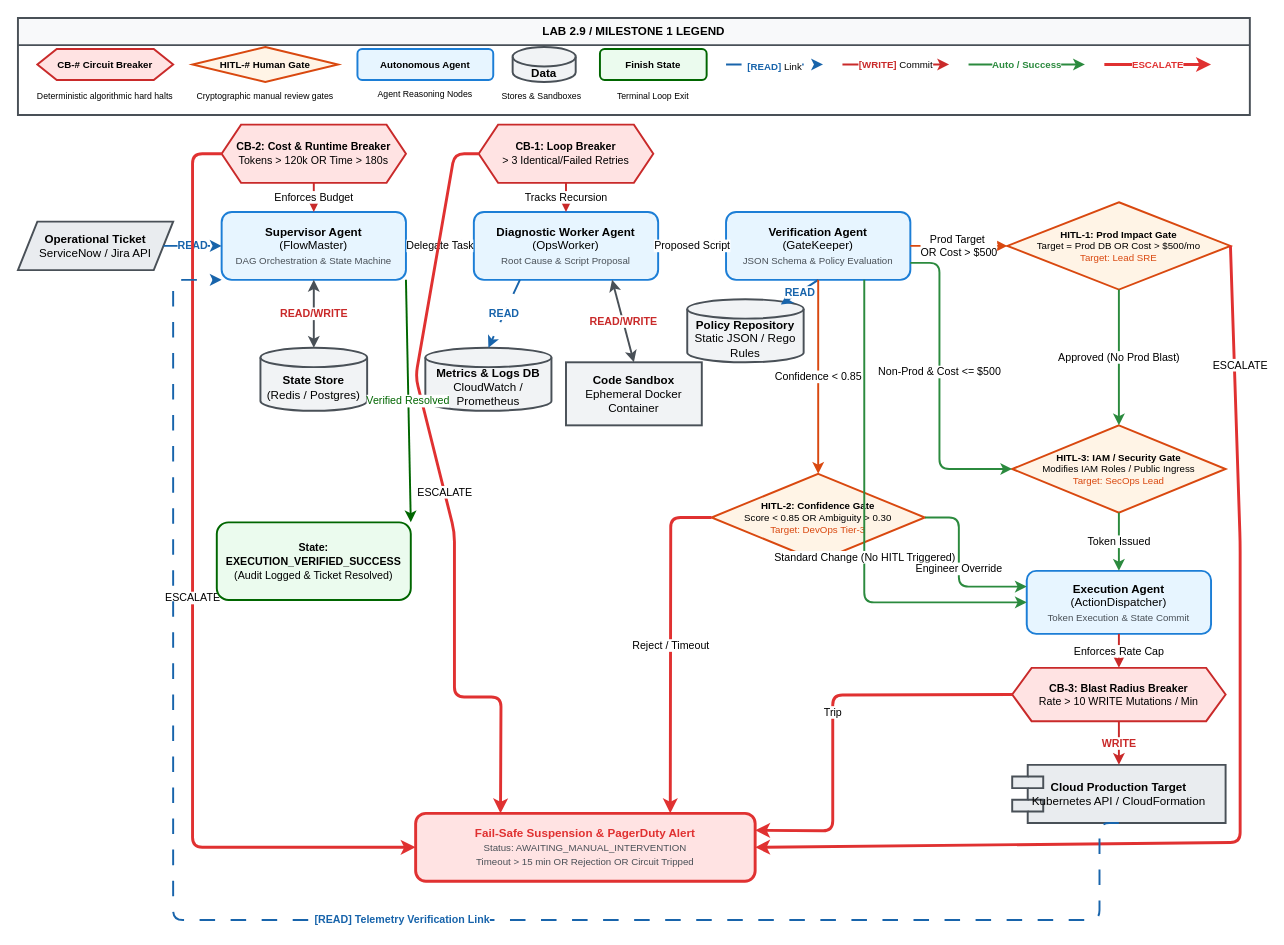
tjrandall/tj keeps this draw.io diagram as Capstone.drawio. Above is the earlier version. Source tidied: cells renumbered, new cells numbered last; positions are measured from the earlier drawing's top-left corner, leaving out a move shared by most shapes. Both pictures are drawn from the tidied source at 97%, with x=0, y=0 at pixel (17, 17).
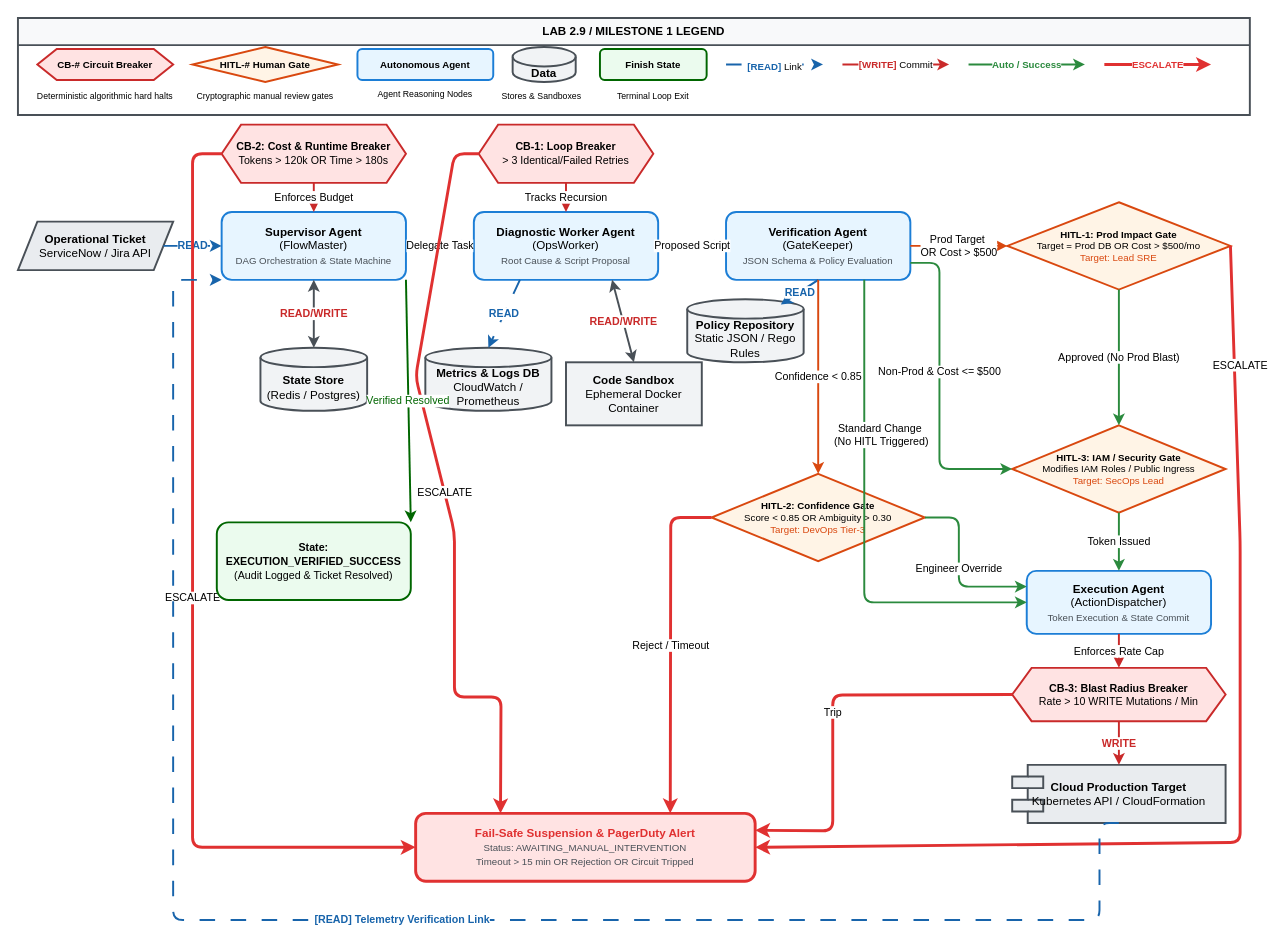
Above is the later version.

Unchanged cells that the change refers to:
```xml
<mxCell id="25" value="&lt;b&gt;Verification Agent&lt;/b&gt;&lt;br&gt;(GateKeeper)&lt;br&gt;&lt;font color=&quot;#495057&quot; style=&quot;font-size:10px;&quot;&gt;JSON Schema &amp;amp; Policy Evaluation&lt;/font&gt;" style="rounded=1;whiteSpace=wrap;html=1;fillColor=#e7f5ff;strokeColor=#1c7ed6;strokeWidth=2;" parent="1" vertex="1">
  <mxGeometry x="730" y="200" width="190" height="70" as="geometry" />
</mxCell>
<mxCell id="30" value="&lt;b&gt;Execution Agent&lt;/b&gt;&lt;br&gt;(ActionDispatcher)&lt;br&gt;&lt;font color=&quot;#495057&quot; style=&quot;font-size:10px;&quot;&gt;Token Execution &amp;amp; State Commit&lt;/font&gt;" style="rounded=1;whiteSpace=wrap;html=1;fillColor=#e7f5ff;strokeColor=#1c7ed6;strokeWidth=2;" parent="1" vertex="1">
  <mxGeometry x="1040" y="570" width="190" height="65" as="geometry" />
</mxCell>
```

The edit, as a diff of the source:
```diff
@@
-    <mxCell id="48" value="Standard Change (No HITL Triggered)" style="endArrow=classic;html=1;exitX=0.75;exitY=1;exitDx=0;exitDy=0;entryX=0;entryY=0.5;entryDx=0;entryDy=0;strokeWidth=2;strokeColor=#2b8a3e;edgeStyle=orthogonalEdgeStyle;curved=0;" parent="1" edge="1" source="25" target="30">
-      <mxGeometry x="0.14" relative="1" as="geometry">
+    <mxCell id="48" value="Standard Change&amp;nbsp;&lt;div&gt;(No HITL Triggered)&lt;/div&gt;" style="endArrow=classic;html=1;exitX=0.75;exitY=1;exitDx=0;exitDy=0;entryX=0;entryY=0.5;entryDx=0;entryDy=0;strokeWidth=2;strokeColor=#2b8a3e;edgeStyle=orthogonalEdgeStyle;curved=0;" parent="1" edge="1" source="25" target="30">
+      <mxGeometry x="-0.36" y="18" relative="1" as="geometry">
         <Array as="points">
           <mxPoint x="872.5" y="602.5" />
         </Array>
-        <mxPoint y="1" as="offset" />
+        <mxPoint x="-1" as="offset" />
       </mxGeometry>
     </mxCell>
```
